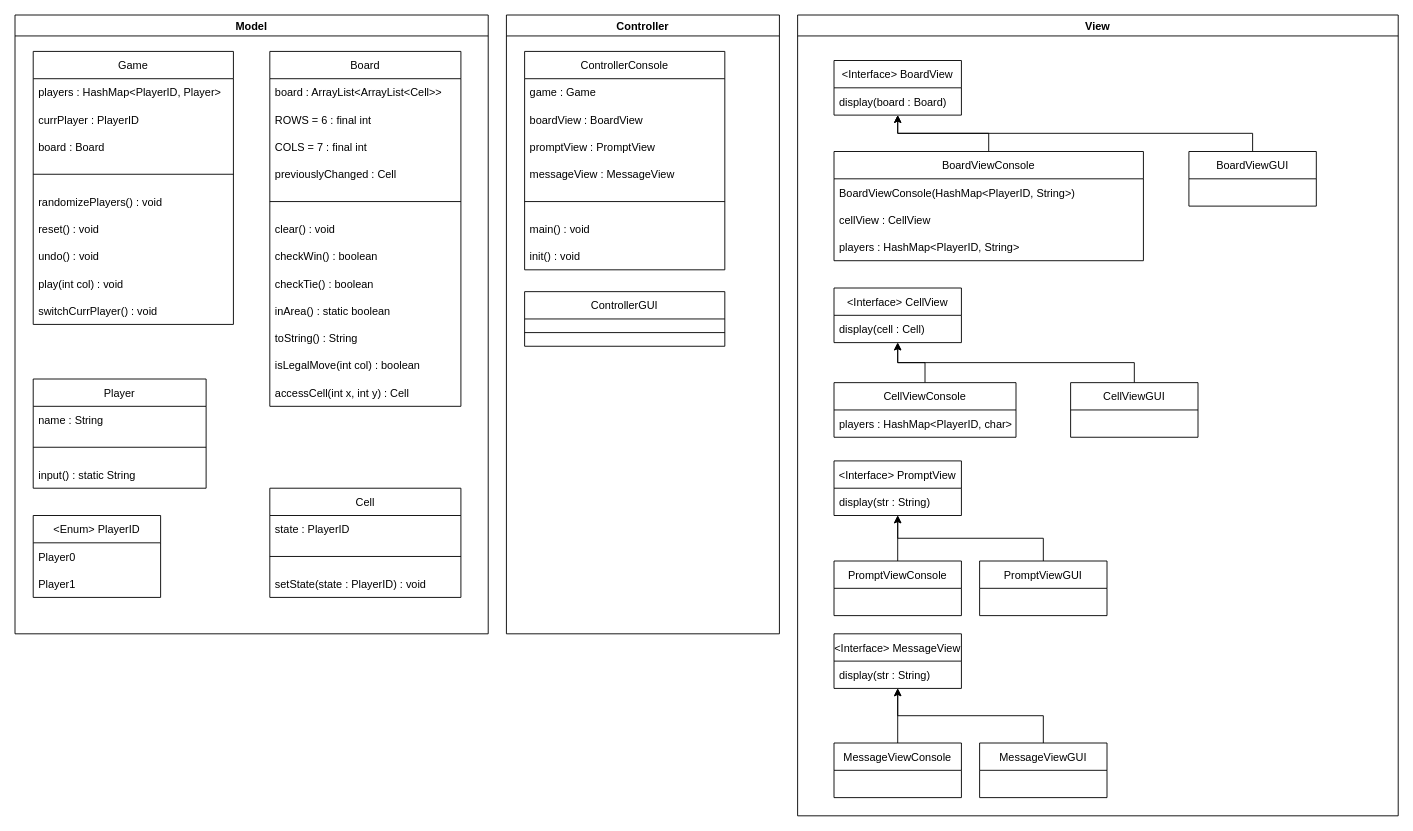
Before: Documentation/viergewinnt.drawio in s-prechtl/sprechtl_jweissen_viergewinnt, a draw.io diagram. Source tidied: cells renumbered, new cells numbered last; positions are measured from the earlier drawing's top-left corner, leaving out a move shared by most shapes. Both pictures are drawn from the tidied source at 91%, with x=0, y=0 at pixel (15, 15).
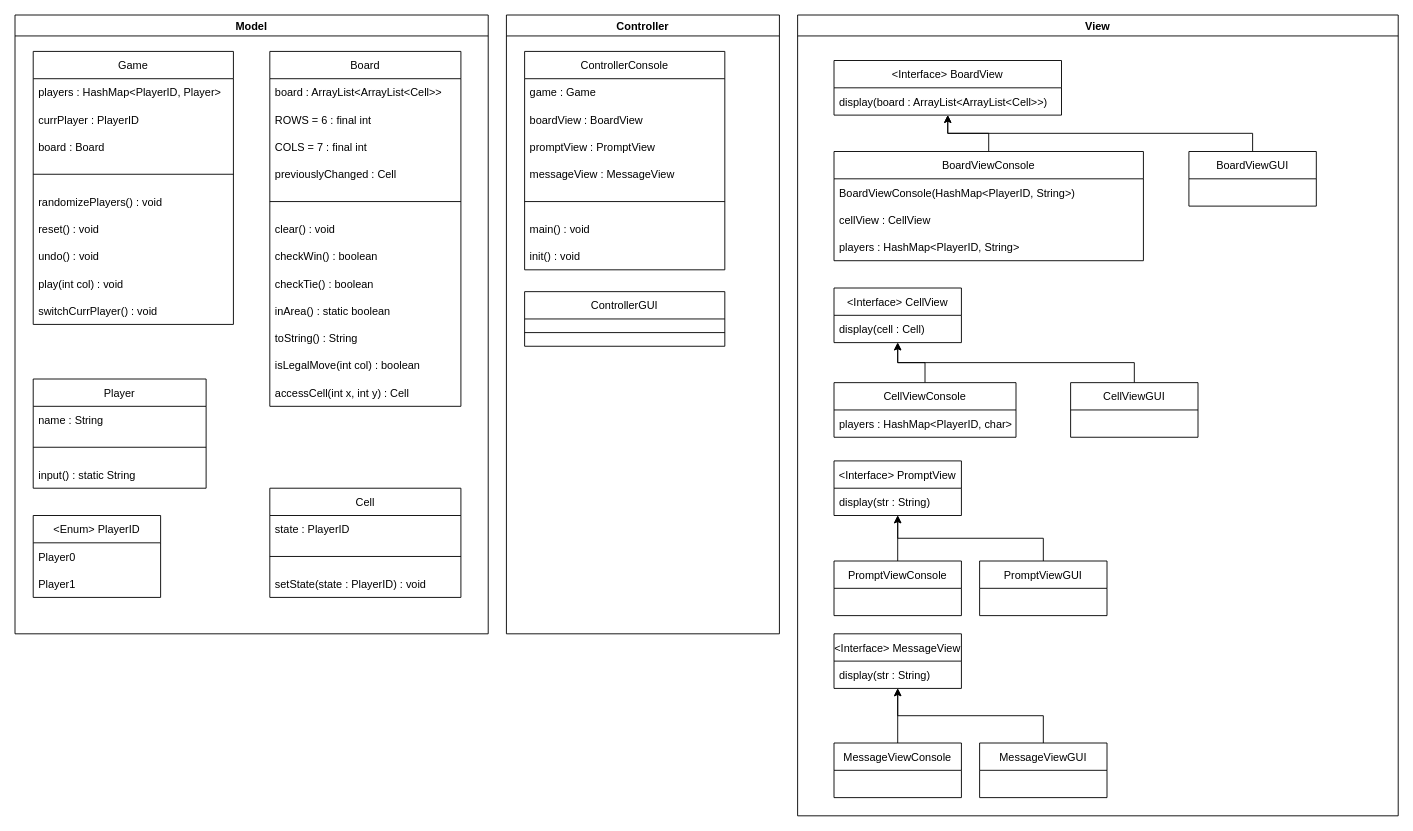
Above is the later version.

Commit message (it also covers changes not shown here):
.gitignore IntelliJ, Klassendiagram Model-View Abhängigkeiten bereinigt

Unchanged cells that the change refers to:
```xml
<mxCell id="54" value="View" style="swimlane;" parent="1" vertex="1">
  <mxGeometry x="860" width="660" height="880" as="geometry" />
</mxCell>
```

Change to the diagram source:
```diff
@@
     <mxCell id="55" value="&lt;Interface&gt; BoardView" style="swimlane;fontStyle=0;horizontal=1;startSize=30;" parent="54" vertex="1">
-      <mxGeometry x="40" y="50" width="140" height="60" as="geometry" />
+      <mxGeometry x="40" y="50" width="250" height="60" as="geometry" />
     </mxCell>
-    <mxCell id="56" value="display(board : Board)" style="text;strokeColor=none;fillColor=none;align=left;verticalAlign=middle;spacingLeft=4;spacingRight=4;overflow=hidden;" parent="55" vertex="1">
-      <mxGeometry y="30" width="140" height="30" as="geometry" />
+    <mxCell id="56" value="display(board : ArrayList&lt;ArrayList&lt;Cell&gt;&gt;)" style="text;strokeColor=none;fillColor=none;align=left;verticalAlign=middle;spacingLeft=4;spacingRight=4;overflow=hidden;" parent="55" vertex="1">
+      <mxGeometry y="30" width="250" height="30" as="geometry" />
     </mxCell>
```
